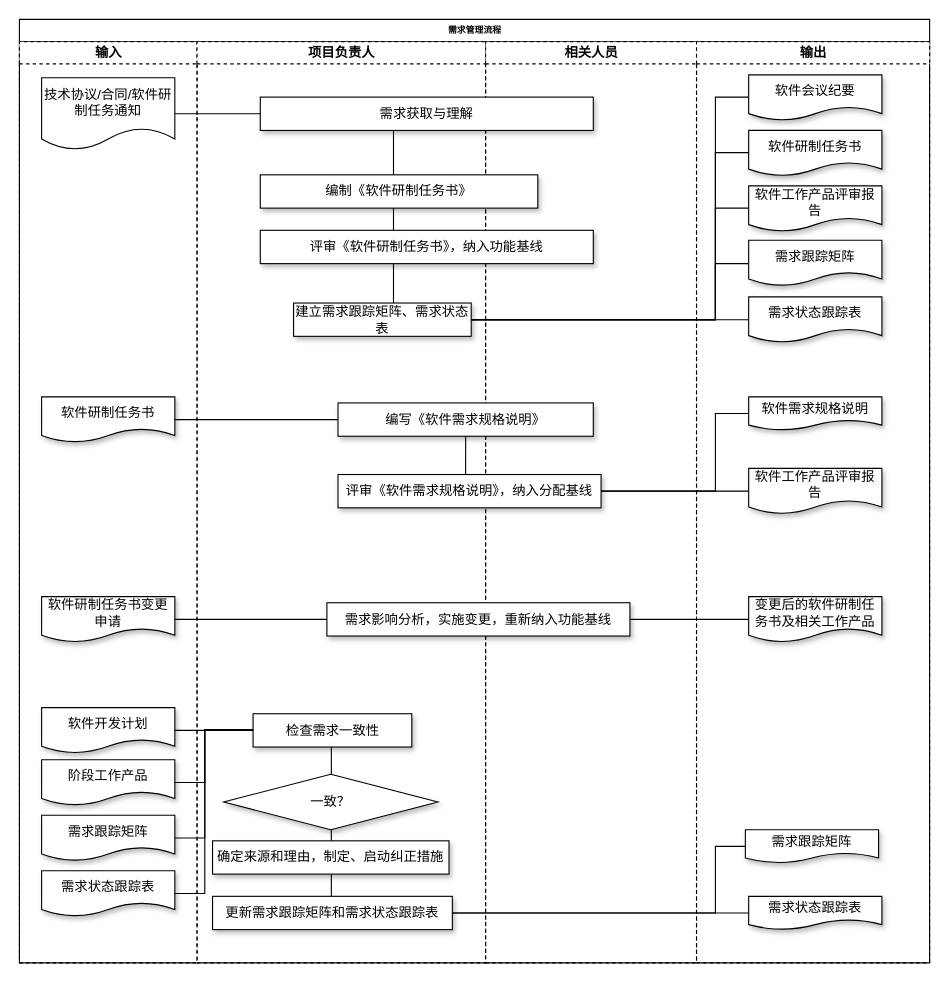
Before: 国军标5000A-文审-软件需求管理过程域.drawio in ColonelDarcy2018/excelsior, a draw.io diagram. Source tidied: cells renumbered, new cells numbered last; positions are measured from the earlier drawing's top-left corner, leaving out a move shared by most shapes. Both pictures are drawn from the tidied source at 111%, with x=0, y=0 at pixel (19, 19).
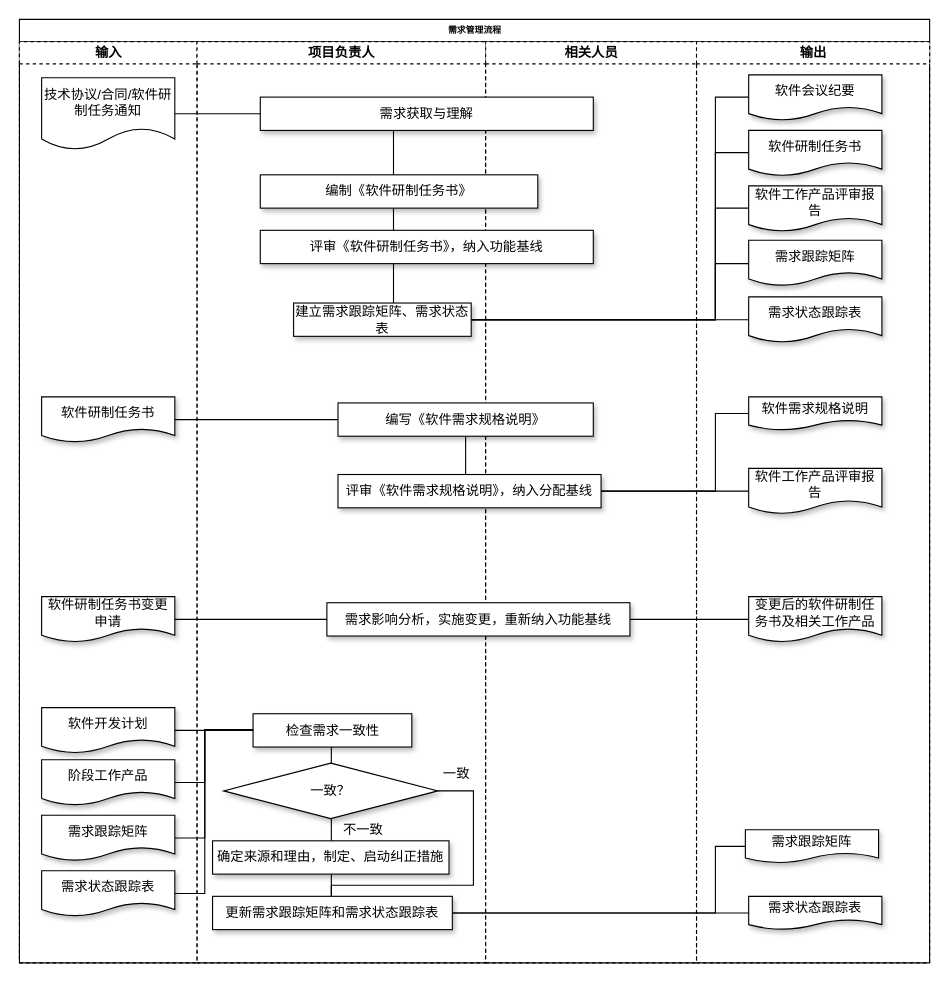
After the change.

Commit message (it also covers changes not shown here):
Update 国军标5000A-文审-软件需求管理过程域.drawio

The change refers to these unchanged cells:
```xml
<mxCell id="11" value="项目负责人" style="swimlane;html=1;startSize=20;dashed=1;" parent="2" vertex="1">
  <mxGeometry x="160" y="20" width="260" height="830" as="geometry" />
</mxCell>
```

Change to the diagram source:
```diff
@@
+    <mxCell id="59" style="edgeStyle=orthogonalEdgeStyle;rounded=0;sketch=0;jettySize=auto;html=1;entryX=0.5;entryY=0;entryDx=0;entryDy=0;endArrow=none;endFill=0;strokeColor=#000000;exitX=1;exitY=0.5;exitDx=0;exitDy=0;" parent="11" edge="1" source="15">
+      <mxGeometry relative="1" as="geometry">
+        <mxPoint x="121" y="770" as="targetPoint" />
+        <Array as="points">
+          <mxPoint x="249" y="675" />
+          <mxPoint x="249" y="760" />
+          <mxPoint x="121" y="760" />
+        </Array>
+      </mxGeometry>
+    </mxCell>
     <mxCell id="15" value="一致？" style="rhombus;whiteSpace=wrap;html=1;shadow=1;fontSize=12;" parent="11" vertex="1">
-      <mxGeometry x="24" y="660" width="193" height="50" as="geometry" />
+      <mxGeometry x="24" y="650" width="193" height="50" as="geometry" />
     </mxCell>
@@
+    <mxCell id="60" value="一致" style="text;html=1;strokeColor=none;fillColor=none;align=center;verticalAlign=middle;whiteSpace=wrap;rounded=0;dashed=1;sketch=0;" parent="11" vertex="1">
+      <mxGeometry x="214" y="650" width="40" height="20" as="geometry" />
+    </mxCell>
+    <mxCell id="61" value="不一致" style="text;html=1;strokeColor=none;fillColor=none;align=center;verticalAlign=middle;whiteSpace=wrap;rounded=0;dashed=1;sketch=0;" parent="11" vertex="1">
+      <mxGeometry x="130" y="700" width="40" height="20" as="geometry" />
+    </mxCell>
```
